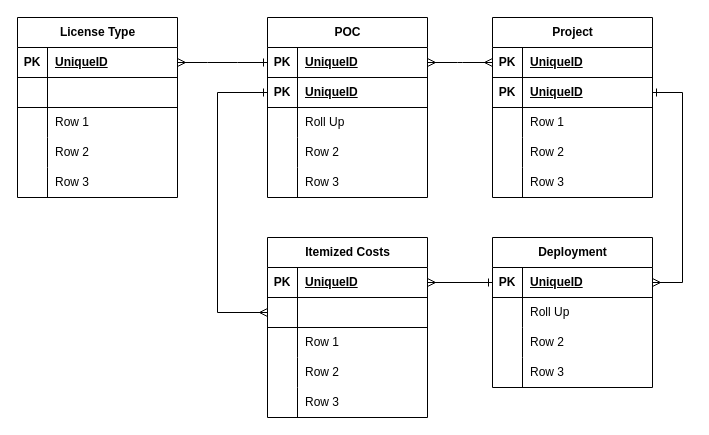
josjreyes/GitInit keeps this draw.io diagram as page "Page-3" (3 of 3) of erd-projint-01.drawio. Above is the earlier version. Source tidied: cells renumbered, new cells numbered last; positions are measured from the earlier drawing's top-left corner, leaving out a move shared by most shapes. Both pictures are drawn from the tidied source at 100%, with x=0, y=0 at pixel (17, 17).
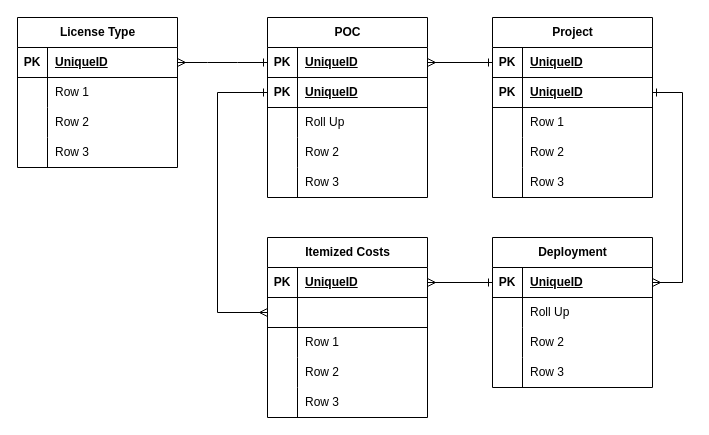
The same page after the edit.

Unchanged cells that the change refers to:
```xml
<mxCell id="3" style="shape=tableRow;horizontal=0;startSize=0;swimlaneHead=0;swimlaneBody=0;fillColor=none;points=[[0,0.5],[1,0.5]];portConstraint=eastwest;top=0;left=0;right=0;bottom=1;" parent="2" vertex="1">
  <mxGeometry y="30" width="160" height="30" as="geometry" />
</mxCell>
<mxCell id="50" style="shape=tableRow;horizontal=0;startSize=0;swimlaneHead=0;swimlaneBody=0;fillColor=none;points=[[0,0.5],[1,0.5]];portConstraint=eastwest;top=0;left=0;right=0;bottom=1;" parent="49" vertex="1">
  <mxGeometry y="30" width="160" height="30" as="geometry" />
</mxCell>
```

Change to the diagram source:
```diff
@@
-    <mxCell id="18" style="edgeStyle=entityRelationEdgeStyle;fontSize=12;html=1;endArrow=ERmany;rounded=0;exitX=0;exitY=0.5;exitDx=0;exitDy=0;startArrow=ERmany;startFill=0;entryX=1;entryY=0.5;entryDx=0;entryDy=0;" parent="1" edge="1" source="3" target="50">
-      <mxGeometry relative="1" as="geometry" />
-    </mxCell>
     <mxCell id="19" value="License Type" style="shape=table;startSize=30;childLayout=tableLayout;rowLines=0;fontStyle=1;align=center;html=1;" parent="1" vertex="1">
-      <mxGeometry width="160" height="180" as="geometry" />
+      <mxGeometry width="160" height="150" as="geometry" />
     </mxCell>
@@
-    <mxCell id="23" style="shape=tableRow;horizontal=0;startSize=0;swimlaneHead=0;swimlaneBody=0;fillColor=none;top=0;left=0;right=0;bottom=1;" parent="19" vertex="1">
-      <mxGeometry y="60" width="160" height="30" as="geometry" />
-    </mxCell>
-    <mxCell id="24" style="shape=partialRectangle;fillColor=none;top=0;left=0;bottom=0;right=0;fontStyle=1;overflow=hidden;whiteSpace=wrap;html=1;" parent="23" vertex="1">
-      <mxGeometry width="30" height="30" as="geometry" />
-    </mxCell>
-    <mxCell id="25" style="shape=partialRectangle;fillColor=none;top=0;left=0;bottom=0;right=0;align=left;spacingLeft=6;fontStyle=5;overflow=hidden;whiteSpace=wrap;html=1;" parent="23" vertex="1">
-      <mxGeometry x="30" width="130" height="30" as="geometry" />
-    </mxCell>
     <mxCell id="26" style="shape=tableRow;horizontal=0;startSize=0;swimlaneHead=0;swimlaneBody=0;fillColor=none;top=0;left=0;right=0;bottom=0;" parent="19" vertex="1">
-      <mxGeometry y="90" width="160" height="30" as="geometry" />
+      <mxGeometry y="60" width="160" height="30" as="geometry" />
     </mxCell>
@@
     <mxCell id="29" style="shape=tableRow;horizontal=0;startSize=0;swimlaneHead=0;swimlaneBody=0;fillColor=none;top=0;left=0;right=0;bottom=0;" parent="19" vertex="1">
-      <mxGeometry y="120" width="160" height="30" as="geometry" />
+      <mxGeometry y="90" width="160" height="30" as="geometry" />
     </mxCell>
@@
     <mxCell id="32" style="shape=tableRow;horizontal=0;startSize=0;swimlaneHead=0;swimlaneBody=0;fillColor=none;top=0;left=0;right=0;bottom=0;" parent="19" vertex="1">
-      <mxGeometry y="150" width="160" height="30" as="geometry" />
+      <mxGeometry y="120" width="160" height="30" as="geometry" />
     </mxCell>
@@
+    <mxCell id="84" style="edgeStyle=orthogonalEdgeStyle;rounded=0;jettySize=auto;html=1;exitX=1;exitY=0.5;exitDx=0;exitDy=0;entryX=0;entryY=0.5;entryDx=0;entryDy=0;startArrow=ERmany;startFill=0;endArrow=ERone;endFill=0;" parent="1" edge="1" source="50" target="3">
+      <mxGeometry relative="1" as="geometry" />
+    </mxCell>
```
